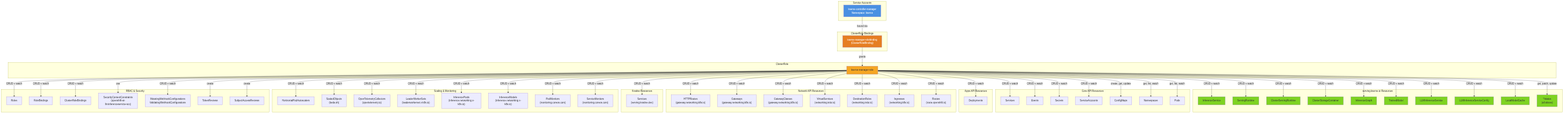
Earlier version of the Mermaid export architecture/rhoai-3.4-ea.1/diagrams/kserve-rbac.png (rhuss/architecture-context). Its source is kept beside it as architecture/rhoai-3.4-ea.1/diagrams/kserve-rbac.mmd.
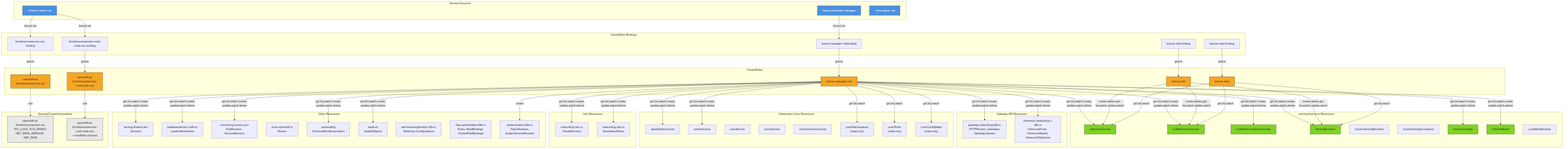
Later version of the same file.

Diff of the diagram source:
```diff
@@ -1,140 +1,133 @@
 
 graph TD
     subgraph ServiceAccounts["Service Accounts"]
-        SA["kserve-controller-manager<br/>Namespace: kserve"]
+        SA_Controller["kserve-controller-manager"]
+        SA_LLMISVC["&lt;llmisvc-name&gt;-sa"]
+        SA_ISVC["&lt;isvc-name&gt;-sa"]
     end
 
-    subgraph Bindings["ClusterRole Bindings"]
-        CRB["kserve-manager-rolebinding<br/>(ClusterRoleBinding)"]
+    subgraph ClusterRoleBindings["ClusterRole Bindings"]
+        CRB_Manager["kserve-manager-rolebinding"]
+        CRB_Edit["kserve-edit binding"]
+        CRB_View["kserve-view binding"]
+        CRB_SCC["llminferenceservice-scc binding"]
+        CRB_MultiSCC["llminferenceservice-multi-node-scc binding"]
     end
 
-    subgraph ClusterRoles["ClusterRole"]
-        CR["kserve-manager-role"]
+    subgraph ClusterRoles["ClusterRoles"]
+        CR_Manager["kserve-manager-role"]
+        CR_Edit["kserve-edit"]
+        CR_View["kserve-view"]
+        CR_SCC["openshift-ai-<br/>llminferenceservice-scc"]
+        CR_MultiSCC["openshift-ai-<br/>llminferenceservice-<br/>multi-node-scc"]
     end
 
-    subgraph KServeCRDs["serving.kserve.io Resources"]
+    subgraph KServeAPIs["serving.kserve.io Resources"]
         ISVC["InferenceService"]
+        LLMISVC["LLMInferenceService"]
+        LLMISVCConfig["LLMInferenceServiceConfig"]
         SR["ServingRuntime"]
         CSR["ClusterServingRuntime"]
         CSC["ClusterStorageContainer"]
         IG["InferenceGraph"]
         TM["TrainedModel"]
-        LLMISVC["LLMInferenceService"]
-        LLMConfig["LLMInferenceServiceConfig"]
         LMC["LocalModelCache"]
-        StatusRes["*/status<br/>(all above)"]
     end
 
-    subgraph CoreResources["Core API Resources"]
-        Services["Services"]
-        Events["Events"]
-        Secrets["Secrets"]
-        SvcAccts["ServiceAccounts"]
-        ConfigMaps["ConfigMaps"]
-        Namespaces["Namespaces"]
-        Pods["Pods"]
+    subgraph GatewayAPIs["Gateway API Resources"]
+        HTTPRoutes["gateway.networking.k8s.io<br/>HTTPRoutes, Gateways,<br/>GatewayClasses"]
+        InfPool["inference.networking.x-k8s.io<br/>InferencePools, InferenceModels,<br/>InferenceObjectives"]
     end
 
-    subgraph AppsResources["Apps API Resources"]
-        Deployments["Deployments"]
+    subgraph K8sCore["Kubernetes Core Resources"]
+        Deployments["apps/Deployments"]
+        Services["core/Services"]
+        Events["core/Events"]
+        Secrets["core/Secrets"]
+        SAs["core/ServiceAccounts"]
+        Namespaces["core/Namespaces<br/>(read-only)"]
+        Pods["core/Pods<br/>(read-only)"]
+        ConfigMaps["core/ConfigMaps<br/>(read-only)"]
     end
 
-    subgraph NetworkResources["Network API Resources"]
-        HTTPRoutes["HTTPRoutes<br/>(gateway.networking.k8s.io)"]
-        Gateways["Gateways<br/>(gateway.networking.k8s.io)"]
-        GWClasses["GatewayClasses<br/>(gateway.networking.k8s.io)"]
-        VS["VirtualServices<br/>(networking.istio.io)"]
-        DR["DestinationRules<br/>(networking.istio.io)"]
-        Ingresses["Ingresses<br/>(networking.k8s.io)"]
-        Routes["Routes<br/>(route.openshift.io)"]
+    subgraph IstioAPIs["Istio Resources"]
+        VS["networking.istio.io<br/>VirtualServices"]
+        DR["networking.istio.io<br/>DestinationRules"]
     end
 
-    subgraph KnativeResources["Knative Resources"]
-        KnSvc["Services<br/>(serving.knative.dev)"]
+    subgraph OtherAPIs["Other Resources"]
+        KnativeSvc["serving.knative.dev<br/>Services"]
+        LWSets["leaderworkerset.x-k8s.io<br/>LeaderWorkerSets"]
+        PodMon["monitoring.coreos.com<br/>PodMonitors, ServiceMonitors"]
+        Routes["route.openshift.io<br/>Routes"]
+        HPA["autoscaling<br/>HorizontalPodAutoscalers"]
+        ScaledObj["keda.sh<br/>ScaledObjects"]
+        Webhooks["admissionregistration.k8s.io<br/>Webhook Configurations"]
+        RBAC_Res["rbac.authorization.k8s.io<br/>Roles, RoleBindings,<br/>ClusterRoleBindings"]
+        TokenReview["authentication.k8s.io<br/>TokenReviews,<br/>SubjectAccessReviews"]
     end
 
-    subgraph ScalingResources["Scaling & Monitoring"]
-        HPA["HorizontalPodAutoscalers"]
-        ScaledObj["ScaledObjects<br/>(keda.sh)"]
-        OTelCol["OpenTelemetryCollectors<br/>(opentelemetry.io)"]
-        LWS["LeaderWorkerSets<br/>(leaderworkerset.x-k8s.io)"]
-        InfPools["InferencePools<br/>(inference.networking.x-k8s.io)"]
-        InfModels["InferenceModels<br/>(inference.networking.x-k8s.io)"]
-        PodMon["PodMonitors<br/>(monitoring.coreos.com)"]
-        SvcMon["ServiceMonitors<br/>(monitoring.coreos.com)"]
+    subgraph SCCResources["SecurityContextConstraints"]
+        SCC_Standard["openshift-ai-<br/>llminferenceservice-scc<br/>IPC_LOCK, SYS_RAWIO,<br/>NET_BIND_SERVICE, NET_RAW"]
+        SCC_MultiNode["openshift-ai-<br/>llminferenceservice-<br/>multi-node-scc<br/>+ hostPath volumes"]
     end
 
-    subgraph RBACResources["RBAC & Security"]
-        Roles["Roles"]
-        RoleBindings["RoleBindings"]
-        CRBindings["ClusterRoleBindings"]
-        SCC["SecurityContextConstraints<br/>(openshift-ai-llminferenceservice-scc)"]
-        Webhooks["MutatingWebhookConfigurations<br/>ValidatingWebhookConfigurations"]
-        TokenReviews["TokenReviews"]
-        SAReviews["SubjectAccessReviews"]
-    end
+    SA_Controller -->|bound via| CRB_Manager
+    CRB_Manager -->|grants| CR_Manager
 
-    SA -->|"bound via"| CRB
-    CRB -->|"grants"| CR
+    CR_Manager -->|"get,list,watch,create,<br/>update,patch,delete"| ISVC
+    CR_Manager -->|"get,list,watch,create,<br/>update,patch,delete"| LLMISVC
+    CR_Manager -->|"get,list,watch,create,<br/>update,patch,delete"| LLMISVCConfig
+    CR_Manager -->|"get,list,watch,create,<br/>update,patch,delete"| SR
+    CR_Manager -->|"get,list,watch,create,<br/>update,patch,delete"| IG
+    CR_Manager -->|"get,list,watch,create,<br/>update,patch,delete"| TM
+    CR_Manager -->|"get,list,watch,create,<br/>update,patch,delete"| HTTPRoutes
+    CR_Manager -->|"get,list,watch,create,<br/>update,patch,delete"| InfPool
+    CR_Manager -->|"get,list,watch,create,<br/>update,patch,delete"| Deployments
+    CR_Manager -->|"get,list,watch,create,<br/>update,patch,delete"| Services
+    CR_Manager -->|"get,list,watch,create,<br/>update,patch,delete"| VS
+    CR_Manager -->|"get,list,watch,create,<br/>update,patch,delete"| DR
+    CR_Manager -->|"get,list,watch,create,<br/>update,patch,delete"| KnativeSvc
+    CR_Manager -->|"get,list,watch,create,<br/>update,patch,delete"| LWSets
+    CR_Manager -->|"get,list,watch,create,<br/>update,patch,delete"| PodMon
+    CR_Manager -->|"get,list,watch,create,<br/>update,patch,delete"| HPA
+    CR_Manager -->|"get,list,watch,create,<br/>update,patch,delete"| ScaledObj
+    CR_Manager -->|"get,list,watch"| Namespaces
+    CR_Manager -->|"get,list,watch"| Pods
+    CR_Manager -->|"get,list,watch"| ConfigMaps
+    CR_Manager -->|"create"| TokenReview
 
-    CR -->|"CRUD + watch"| ISVC
-    CR -->|"CRUD + watch"| SR
-    CR -->|"CRUD + watch"| CSR
-    CR -->|"CRUD + watch"| CSC
-    CR -->|"CRUD + watch"| IG
-    CR -->|"CRUD + watch"| TM
-    CR -->|"CRUD + watch"| LLMISVC
-    CR -->|"CRUD + watch"| LLMConfig
-    CR -->|"CRUD + watch"| LMC
-    CR -->|"get, patch, update"| StatusRes
+    CRB_Edit -->|grants| CR_Edit
+    CR_Edit -->|"create,delete,get,<br/>list,patch,update,watch"| ISVC
+    CR_Edit -->|"create,delete,get,<br/>list,patch,update,watch"| LLMISVC
+    CR_Edit -->|"create,delete,get,<br/>list,patch,update,watch"| SR
 
-    CR -->|"CRUD + watch"| Services
-    CR -->|"CRUD + watch"| Events
-    CR -->|"CRUD + watch"| Secrets
-    CR -->|"CRUD + watch"| SvcAccts
-    CR -->|"create, get, update"| ConfigMaps
-    CR -->|"get, list, watch"| Namespaces
-    CR -->|"get, list, watch"| Pods
+    CRB_View -->|grants| CR_View
+    CR_View -->|"get,list,watch"| ISVC
+    CR_View -->|"get,list,watch"| LLMISVC
+    CR_View -->|"get,list,watch"| SR
 
-    CR -->|"CRUD + watch"| Deployments
+    SA_LLMISVC -->|bound via| CRB_SCC
+    CRB_SCC -->|grants| CR_SCC
+    CR_SCC -->|use| SCC_Standard
 
-    CR -->|"CRUD + watch"| HTTPRoutes
-    CR -->|"CRUD + watch"| Gateways
-    CR -->|"CRUD + watch"| GWClasses
-    CR -->|"CRUD + watch"| VS
-    CR -->|"CRUD + watch"| DR
-    CR -->|"CRUD + watch"| Ingresses
-    CR -->|"CRUD + watch"| Routes
+    SA_LLMISVC -->|bound via| CRB_MultiSCC
+    CRB_MultiSCC -->|grants| CR_MultiSCC
+    CR_MultiSCC -->|use| SCC_MultiNode
 
-    CR -->|"CRUD + watch"| KnSvc
-
-    CR -->|"CRUD + watch"| HPA
-    CR -->|"CRUD + watch"| ScaledObj
-    CR -->|"CRUD + watch"| OTelCol
-    CR -->|"CRUD + watch"| LWS
-    CR -->|"CRUD + watch"| InfPools
-    CR -->|"CRUD + watch"| InfModels
-    CR -->|"CRUD + watch"| PodMon
-    CR -->|"CRUD + watch"| SvcMon
-
-    CR -->|"CRUD + watch"| Roles
-    CR -->|"CRUD + watch"| RoleBindings
-    CR -->|"CRUD + watch"| CRBindings
-    CR -->|"use"| SCC
-    CR -->|"CRUD + watch"| Webhooks
-    CR -->|"create"| TokenReviews
-    CR -->|"create"| SAReviews
-
-    style SA fill:#4a90e2,color:#fff
-    style CRB fill:#e67e22,color:#fff
-    style CR fill:#f5a623
-    style ISVC fill:#7ed321
-    style SR fill:#7ed321
-    style CSR fill:#7ed321
-    style CSC fill:#7ed321
-    style IG fill:#7ed321
-    style TM fill:#7ed321
-    style LLMISVC fill:#7ed321
-    style LLMConfig fill:#7ed321
-    style LMC fill:#7ed321
-    style StatusRes fill:#7ed321
+    style SA_Controller fill:#4a90e2,stroke:#333,color:#fff
+    style SA_LLMISVC fill:#4a90e2,stroke:#333,color:#fff
+    style SA_ISVC fill:#4a90e2,stroke:#333,color:#fff
+    style CR_Manager fill:#f5a623,stroke:#333
+    style CR_Edit fill:#f5a623,stroke:#333
+    style CR_View fill:#f5a623,stroke:#333
+    style CR_SCC fill:#f5a623,stroke:#333
+    style CR_MultiSCC fill:#f5a623,stroke:#333
+    style ISVC fill:#7ed321,stroke:#333
+    style LLMISVC fill:#7ed321,stroke:#333
+    style LLMISVCConfig fill:#7ed321,stroke:#333
+    style SR fill:#7ed321,stroke:#333
+    style IG fill:#7ed321,stroke:#333
+    style TM fill:#7ed321,stroke:#333
+    style SCC_Standard fill:#e8e8e8,stroke:#333
+    style SCC_MultiNode fill:#e8e8e8,stroke:#333
```
